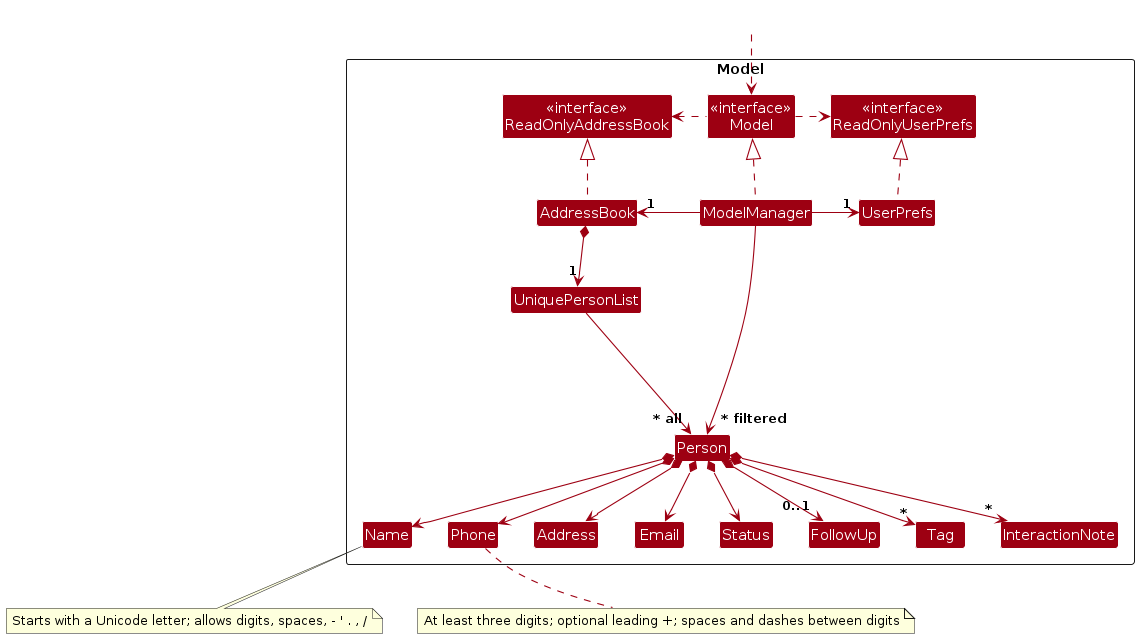
AY2627S1-CS2103T-T09-2/tp keeps this PlantUML diagram as diagrams/ModelClassDiagram.png. Above is the earlier version. Its source is kept beside it as diagrams/ModelClassDiagram.puml.
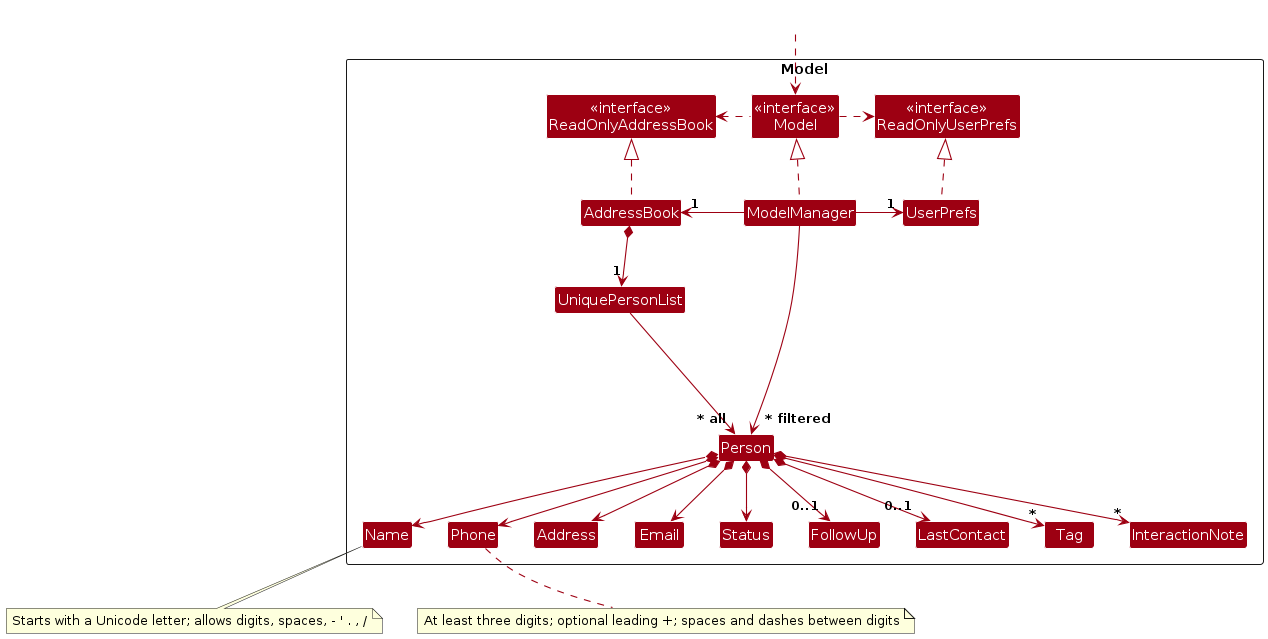
Above is the later version.

Change to the diagram source:
```diff
@@ -39,6 +39,11 @@
   + isRealDate(String) : boolean
   + isPast() : boolean
 }
+Class LastContact {
+  - date : LocalDate
+  + isValidLastContact(String) : boolean
+  + isAfter(LocalDate) : boolean
+}
 Class Tag
 Class InteractionNote
 
@@ -65,6 +70,7 @@
 Person *--> Address
 Person *--> Status
 Person *--> "0..1" FollowUp
+Person *--> "0..1" LastContact
 Person *--> "*" Tag
 Person *--> "*" InteractionNote
 
```
